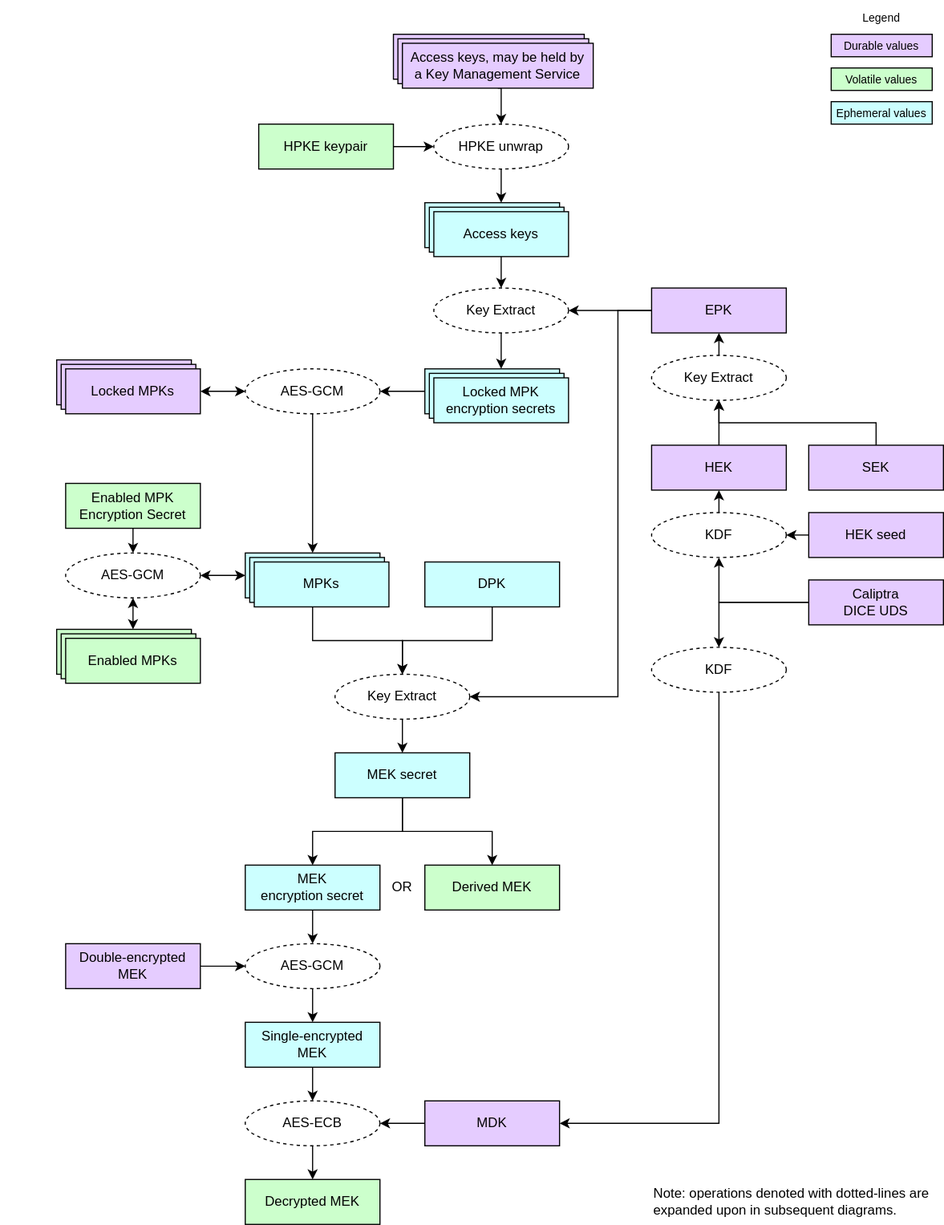
This is doc/ocp_lock/diagrams/key_hierarchy.drawio.svg from chipsalliance/Caliptra, a draw.io export, as it was before one commit. Source tidied: cells renumbered, new cells last; positions are measured from the earlier drawing's top-left corner, leaving out a move shared by most shapes.
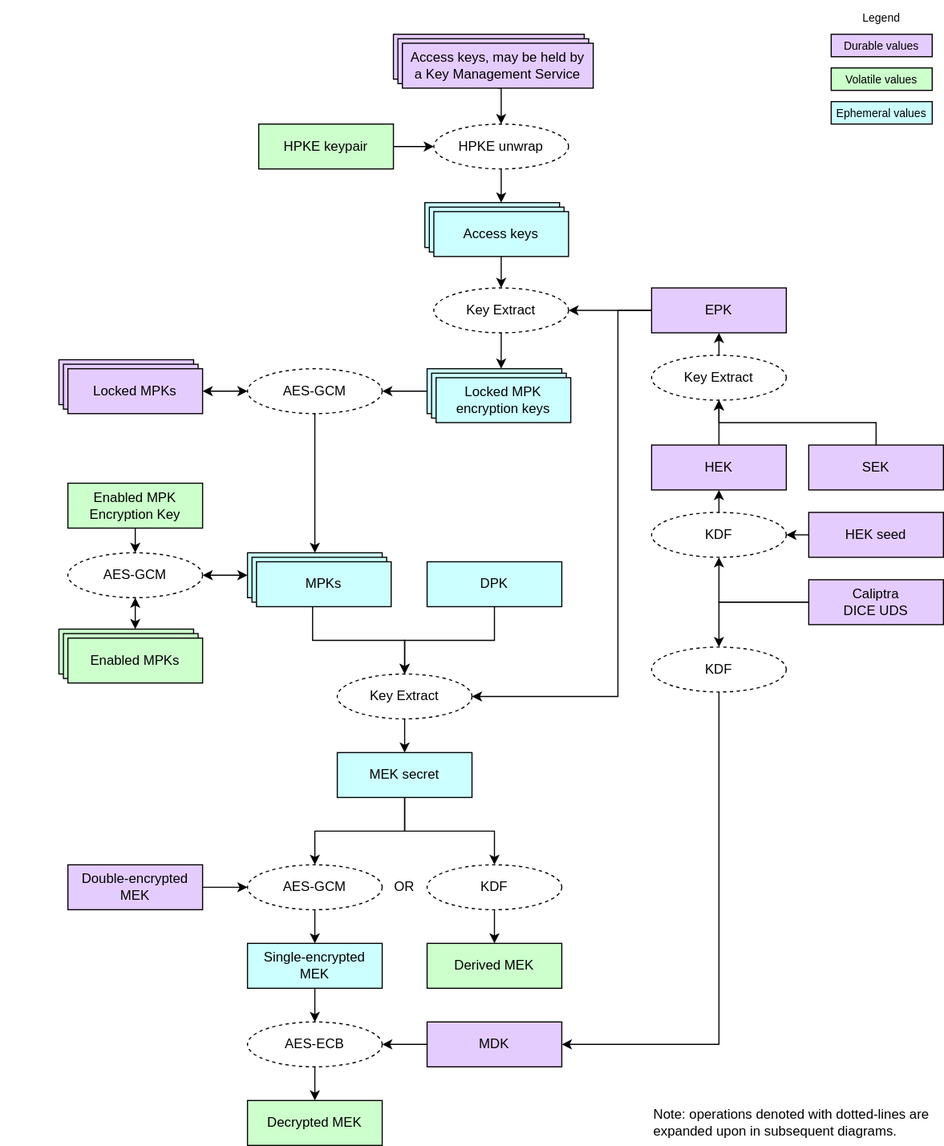
Above is the later version.

Change to the diagram source:
```diff
@@ -6,7 +6,7 @@
       <mxGeometry relative="1" as="geometry" />
     </mxCell>
     <mxCell id="3" style="rounded=0;whiteSpace=wrap;html=1;align=center;verticalAlign=middle;shadow=0;glass=0;spacingLeft=0;spacingBottom=0;spacingTop=0;fillColor=#CCFFFF;" parent="1" vertex="1">
-      <mxGeometry x="378" y="328" width="120" height="40" as="geometry" />
+      <mxGeometry x="380" y="328" width="120" height="40" as="geometry" />
     </mxCell>
     <mxCell id="4" value="&lt;div&gt;&lt;font color=&quot;#000000&quot;&gt;Access keys, may be held by Key Management Service&lt;/font&gt;&lt;/div&gt;" style="rounded=0;whiteSpace=wrap;html=1;align=center;verticalAlign=middle;shadow=0;glass=0;spacingLeft=0;spacingBottom=0;spacingTop=0;fillColor=#E5CCFF;" parent="1" vertex="1">
       <mxGeometry x="350" y="30" width="170" height="40" as="geometry" />
@@ -21,7 +21,7 @@
       <mxGeometry x="720" y="396" width="120" height="40" as="geometry" />
     </mxCell>
     <mxCell id="8" style="rounded=0;whiteSpace=wrap;html=1;align=center;verticalAlign=middle;shadow=0;glass=0;spacingLeft=0;spacingBottom=0;spacingTop=0;fillColor=#CCFFFF;" parent="1" vertex="1">
-      <mxGeometry x="382" y="332" width="120" height="40" as="geometry" />
+      <mxGeometry x="384" y="332" width="120" height="40" as="geometry" />
     </mxCell>
     <mxCell id="9" value="&lt;div&gt;&lt;font color=&quot;#000000&quot;&gt;Access keys&lt;/font&gt;&lt;/div&gt;" style="rounded=0;whiteSpace=wrap;html=1;align=center;verticalAlign=middle;shadow=0;glass=0;spacingLeft=0;spacingBottom=0;spacingTop=0;fillColor=#CCFFFF;" parent="1" vertex="1">
       <mxGeometry x="378" y="180" width="120" height="40" as="geometry" />
@@ -33,7 +33,7 @@
       <mxGeometry relative="1" as="geometry" />
     </mxCell>
     <mxCell id="12" value="&lt;span style=&quot;color: rgb(0, 0, 0);&quot;&gt;AES-GCM&lt;/span&gt;" style="ellipse;whiteSpace=wrap;html=1;fillColor=#FFFFFF;dashed=1;" parent="1" vertex="1">
-      <mxGeometry x="218" y="328" width="120" height="40" as="geometry" />
+      <mxGeometry x="220" y="328" width="120" height="40" as="geometry" />
     </mxCell>
     <mxCell id="13" value="&lt;div&gt;&lt;font color=&quot;#000000&quot;&gt;HPKE keypair&lt;/font&gt;&lt;/div&gt;" style="rounded=0;whiteSpace=wrap;html=1;align=center;verticalAlign=middle;shadow=0;glass=0;spacingLeft=0;spacingBottom=0;spacingTop=0;fillColor=#CCFFCC;" parent="1" vertex="1">
       <mxGeometry x="230" y="110" width="120" height="40" as="geometry" />
@@ -71,38 +71,35 @@
       <mxGeometry relative="1" as="geometry" />
     </mxCell>
     <mxCell id="24" style="rounded=0;whiteSpace=wrap;html=1;align=center;verticalAlign=middle;shadow=0;glass=0;spacingLeft=0;spacingBottom=0;spacingTop=0;fillColor=#CCFFFF;" parent="1" vertex="1">
-      <mxGeometry x="218" y="492" width="120" height="40" as="geometry" />
+      <mxGeometry x="220" y="492" width="120" height="40" as="geometry" />
     </mxCell>
     <mxCell id="25" style="rounded=0;whiteSpace=wrap;html=1;align=center;verticalAlign=middle;shadow=0;glass=0;spacingLeft=0;spacingBottom=0;spacingTop=0;fillColor=#CCFFFF;" parent="1" vertex="1">
-      <mxGeometry x="222" y="496" width="120" height="40" as="geometry" />
+      <mxGeometry x="224" y="496" width="120" height="40" as="geometry" />
     </mxCell>
     <mxCell id="26" style="edgeStyle=orthogonalEdgeStyle;html=1;entryX=0.5;entryY=0;entryDx=0;entryDy=0;rounded=0;" parent="1" edge="1" target="29">
       <mxGeometry relative="1" as="geometry">
         <mxPoint x="278" y="540" as="sourcePoint" />
         <Array as="points">
           <mxPoint x="278" y="570" />
-          <mxPoint x="358" y="570" />
+          <mxPoint x="360" y="570" />
         </Array>
       </mxGeometry>
     </mxCell>
     <mxCell id="27" value="&lt;div&gt;&lt;font color=&quot;#000000&quot;&gt;MPKs&lt;/font&gt;&lt;/div&gt;" style="rounded=0;whiteSpace=wrap;html=1;align=center;verticalAlign=middle;shadow=0;glass=0;spacingLeft=0;spacingBottom=0;spacingTop=0;fillColor=#CCFFFF;" parent="1" vertex="1">
-      <mxGeometry x="226" y="500" width="120" height="40" as="geometry" />
+      <mxGeometry x="228" y="500" width="120" height="40" as="geometry" />
     </mxCell>
     <mxCell id="28" style="edgeStyle=none;html=1;exitX=0.5;exitY=1;exitDx=0;exitDy=0;entryX=0.5;entryY=0;entryDx=0;entryDy=0;" parent="1" edge="1" source="29" target="65">
       <mxGeometry relative="1" as="geometry" />
     </mxCell>
     <mxCell id="29" value="&lt;span style=&quot;color: rgb(0, 0, 0);&quot;&gt;Key Extract&lt;/span&gt;" style="ellipse;whiteSpace=wrap;html=1;fillColor=#FFFFFF;dashed=1;" parent="1" vertex="1">
-      <mxGeometry x="298" y="600" width="120" height="40" as="geometry" />
+      <mxGeometry x="300" y="600" width="120" height="40" as="geometry" />
     </mxCell>
     <mxCell id="30" style="edgeStyle=orthogonalEdgeStyle;html=1;exitX=0.5;exitY=1;exitDx=0;exitDy=0;entryX=0.5;entryY=0;entryDx=0;entryDy=0;rounded=0;" parent="1" edge="1" source="31" target="29">
       <mxGeometry relative="1" as="geometry" />
     </mxCell>
     <mxCell id="31" value="&lt;div&gt;&lt;font color=&quot;#000000&quot;&gt;DPK&lt;/font&gt;&lt;/div&gt;" style="rounded=0;whiteSpace=wrap;html=1;align=center;verticalAlign=middle;shadow=0;glass=0;spacingLeft=0;spacingBottom=0;spacingTop=0;fillColor=#CCFFFF;" parent="1" vertex="1">
-      <mxGeometry x="378" y="500" width="120" height="40" as="geometry" />
+      <mxGeometry x="380" y="500" width="120" height="40" as="geometry" />
     </mxCell>
-    <mxCell id="32" value="&lt;div&gt;&lt;font color=&quot;#000000&quot;&gt;MEK&lt;/font&gt;&lt;/div&gt;&lt;div&gt;&lt;font color=&quot;#000000&quot;&gt;encryption secret&lt;/font&gt;&lt;/div&gt;" style="rounded=0;whiteSpace=wrap;html=1;align=center;verticalAlign=middle;shadow=0;glass=0;spacingLeft=0;spacingBottom=0;spacingTop=0;fillColor=#CCFFFF;" parent="1" vertex="1">
-      <mxGeometry x="218" y="770" width="120" height="40" as="geometry" />
-    </mxCell>
     <mxCell id="33" value="&lt;div&gt;&lt;font color=&quot;#000000&quot;&gt;Access keys&lt;/font&gt;&lt;/div&gt;" style="rounded=0;whiteSpace=wrap;html=1;align=center;verticalAlign=middle;shadow=0;glass=0;spacingLeft=0;spacingBottom=0;spacingTop=0;fillColor=#CCFFFF;" parent="1" vertex="1">
       <mxGeometry x="382" y="184" width="120" height="40" as="geometry" />
     </mxCell>
@@ -112,29 +109,23 @@
     <mxCell id="35" value="&lt;div&gt;&lt;font color=&quot;#000000&quot;&gt;Access keys&lt;/font&gt;&lt;/div&gt;" style="rounded=0;whiteSpace=wrap;html=1;align=center;verticalAlign=middle;shadow=0;glass=0;spacingLeft=0;spacingBottom=0;spacingTop=0;fillColor=#CCFFFF;" parent="1" vertex="1">
       <mxGeometry x="386" y="188" width="120" height="40" as="geometry" />
     </mxCell>
-    <mxCell id="36" value="&lt;div&gt;&lt;font color=&quot;#000000&quot;&gt;Locked MPK&lt;/font&gt;&lt;/div&gt;&lt;div&gt;&lt;font color=&quot;#000000&quot;&gt;encryption secrets&lt;/font&gt;&lt;/div&gt;" style="rounded=0;whiteSpace=wrap;html=1;align=center;verticalAlign=middle;shadow=0;glass=0;spacingLeft=0;spacingBottom=0;spacingTop=0;fillColor=#CCFFFF;" parent="1" vertex="1">
-      <mxGeometry x="386" y="336" width="120" height="40" as="geometry" />
+    <mxCell id="36" value="&lt;div&gt;&lt;font color=&quot;#000000&quot;&gt;Locked MPK&lt;/font&gt;&lt;/div&gt;&lt;div&gt;&lt;font color=&quot;#000000&quot;&gt;encryption keys&lt;/font&gt;&lt;/div&gt;" style="rounded=0;whiteSpace=wrap;html=1;align=center;verticalAlign=middle;shadow=0;glass=0;spacingLeft=0;spacingBottom=0;spacingTop=0;fillColor=#CCFFFF;" parent="1" vertex="1">
+      <mxGeometry x="388" y="336" width="120" height="40" as="geometry" />
     </mxCell>
     <mxCell id="37" value="&lt;div&gt;&lt;span style=&quot;color: rgb(0, 0, 0);&quot;&gt;Note: operations denoted with dotted-lines are expanded upon in subsequent diagrams.&lt;/span&gt;&lt;span style=&quot;background-color: transparent;&quot;&gt;&lt;/span&gt;&lt;/div&gt;" style="text;strokeColor=none;align=left;fillColor=none;html=1;verticalAlign=middle;whiteSpace=wrap;rounded=0;" parent="1" vertex="1">
-      <mxGeometry x="580" y="1050" width="260" height="40" as="geometry" />
+      <mxGeometry x="580" y="980" width="260" height="40" as="geometry" />
     </mxCell>
-    <mxCell id="38" value="&lt;div&gt;&lt;font color=&quot;#000000&quot;&gt;Derived MEK&lt;/font&gt;&lt;/div&gt;" style="rounded=0;whiteSpace=wrap;html=1;align=center;verticalAlign=middle;shadow=0;glass=0;spacingLeft=0;spacingBottom=0;spacingTop=0;fillColor=#CCFFCC;" parent="1" vertex="1">
-      <mxGeometry x="378" y="770" width="120" height="40" as="geometry" />
-    </mxCell>
     <mxCell id="39" value="OR" style="text;strokeColor=none;align=center;fillColor=none;html=1;verticalAlign=middle;whiteSpace=wrap;rounded=0;" parent="1" vertex="1">
-      <mxGeometry x="338" y="775" width="40" height="30" as="geometry" />
+      <mxGeometry x="340" y="775" width="40" height="30" as="geometry" />
     </mxCell>
     <mxCell id="40" style="edgeStyle=none;html=1;exitX=0.5;exitY=1;exitDx=0;exitDy=0;entryX=0.5;entryY=0;entryDx=0;entryDy=0;" parent="1" edge="1" source="41" target="69">
       <mxGeometry relative="1" as="geometry" />
     </mxCell>
     <mxCell id="41" value="Single-encrypted MEK" style="rounded=0;whiteSpace=wrap;html=1;align=center;verticalAlign=middle;shadow=0;glass=0;spacingLeft=0;spacingBottom=0;spacingTop=0;fillColor=#CCFFFF;" parent="1" vertex="1">
-      <mxGeometry x="218" y="910" width="120" height="40" as="geometry" />
+      <mxGeometry x="220" y="840" width="120" height="40" as="geometry" />
     </mxCell>
-    <mxCell id="42" style="edgeStyle=none;html=1;endSize=6;startSize=6;exitX=0.5;exitY=1;exitDx=0;exitDy=0;" parent="1" edge="1" source="32" target="43">
-      <mxGeometry relative="1" as="geometry" />
-    </mxCell>
     <mxCell id="43" value="AES-GCM" style="ellipse;whiteSpace=wrap;html=1;fillColor=#FFFFFF;dashed=1;" parent="1" vertex="1">
-      <mxGeometry x="218" y="840" width="120" height="40" as="geometry" />
+      <mxGeometry x="220" y="770" width="120" height="40" as="geometry" />
     </mxCell>
     <mxCell id="44" style="endArrow=classic;html=1;exitX=0.5;exitY=1;exitDx=0;exitDy=0;entryX=0.5;entryY=0;entryDx=0;entryDy=0;endSize=6;startSize=6;" parent="1" edge="1" source="43" target="41">
       <mxGeometry relative="1" as="geometry" />
@@ -143,42 +134,42 @@
       <mxGeometry relative="1" as="geometry" />
     </mxCell>
     <mxCell id="46" value="Double-encrypted MEK" style="rounded=0;whiteSpace=wrap;html=1;align=center;verticalAlign=middle;shadow=0;glass=0;spacingLeft=0;spacingBottom=0;spacingTop=0;fillColor=#E5CCFF;" parent="1" vertex="1">
-      <mxGeometry x="58" y="840" width="120" height="40" as="geometry" />
+      <mxGeometry x="60" y="770" width="120" height="40" as="geometry" />
     </mxCell>
     <mxCell id="47" style="rounded=0;whiteSpace=wrap;html=1;align=center;verticalAlign=middle;shadow=0;glass=0;spacingLeft=0;spacingBottom=0;spacingTop=0;fillColor=#E5CCFF;" parent="1" vertex="1">
-      <mxGeometry x="50" y="320" width="120" height="40" as="geometry" />
+      <mxGeometry x="52" y="320" width="120" height="40" as="geometry" />
     </mxCell>
     <mxCell id="48" style="rounded=0;whiteSpace=wrap;html=1;align=center;verticalAlign=middle;shadow=0;glass=0;spacingLeft=0;spacingBottom=0;spacingTop=0;fillColor=#E5CCFF;" parent="1" vertex="1">
-      <mxGeometry x="54" y="324" width="120" height="40" as="geometry" />
+      <mxGeometry x="56" y="324" width="120" height="40" as="geometry" />
     </mxCell>
     <mxCell id="49" style="edgeStyle=none;html=1;exitX=1;exitY=0.5;exitDx=0;exitDy=0;entryX=0;entryY=0.5;entryDx=0;entryDy=0;startArrow=classic;startFill=1;" parent="1" edge="1" source="50" target="12">
       <mxGeometry relative="1" as="geometry" />
     </mxCell>
     <mxCell id="50" value="&lt;div&gt;&lt;font color=&quot;#000000&quot;&gt;Locked MPKs&lt;/font&gt;&lt;/div&gt;" style="rounded=0;whiteSpace=wrap;html=1;align=center;verticalAlign=middle;shadow=0;glass=0;spacingLeft=0;spacingBottom=0;spacingTop=0;fillColor=#E5CCFF;" parent="1" vertex="1">
-      <mxGeometry x="58" y="328" width="120" height="40" as="geometry" />
+      <mxGeometry x="60" y="328" width="120" height="40" as="geometry" />
     </mxCell>
     <mxCell id="51" style="edgeStyle=none;html=1;exitX=0.5;exitY=1;exitDx=0;exitDy=0;entryX=0.5;entryY=0;entryDx=0;entryDy=0;" parent="1" edge="1" source="52" target="54">
       <mxGeometry relative="1" as="geometry" />
     </mxCell>
-    <mxCell id="52" value="&lt;div&gt;&lt;font color=&quot;#000000&quot;&gt;Enabled MPK Encryption Secret&lt;/font&gt;&lt;/div&gt;" style="rounded=0;whiteSpace=wrap;html=1;align=center;verticalAlign=middle;shadow=0;glass=0;spacingLeft=0;spacingBottom=0;spacingTop=0;fillColor=#CCFFCC;" parent="1" vertex="1">
-      <mxGeometry x="58" y="430" width="120" height="40" as="geometry" />
+    <mxCell id="52" value="&lt;div&gt;&lt;font color=&quot;#000000&quot;&gt;Enabled MPK Encryption Key&lt;/font&gt;&lt;/div&gt;" style="rounded=0;whiteSpace=wrap;html=1;align=center;verticalAlign=middle;shadow=0;glass=0;spacingLeft=0;spacingBottom=0;spacingTop=0;fillColor=#CCFFCC;" parent="1" vertex="1">
+      <mxGeometry x="60" y="430" width="120" height="40" as="geometry" />
     </mxCell>
     <mxCell id="53" style="edgeStyle=none;html=1;exitX=0.5;exitY=1;exitDx=0;exitDy=0;startArrow=classic;startFill=1;" parent="1" edge="1" source="54">
       <mxGeometry relative="1" as="geometry">
-        <mxPoint x="118" y="560" as="targetPoint" />
+        <mxPoint x="120" y="560" as="targetPoint" />
       </mxGeometry>
     </mxCell>
     <mxCell id="54" value="&lt;span style=&quot;color: rgb(0, 0, 0);&quot;&gt;AES-GCM&lt;/span&gt;" style="ellipse;whiteSpace=wrap;html=1;fillColor=#FFFFFF;dashed=1;" parent="1" vertex="1">
-      <mxGeometry x="58" y="492" width="120" height="40" as="geometry" />
+      <mxGeometry x="60" y="492" width="120" height="40" as="geometry" />
     </mxCell>
     <mxCell id="55" style="rounded=0;whiteSpace=wrap;html=1;align=center;verticalAlign=middle;shadow=0;glass=0;spacingLeft=0;spacingBottom=0;spacingTop=0;fillColor=#CCFFCC;" parent="1" vertex="1">
-      <mxGeometry x="50" y="560" width="120" height="40" as="geometry" />
+      <mxGeometry x="52" y="560" width="120" height="40" as="geometry" />
     </mxCell>
     <mxCell id="56" style="rounded=0;whiteSpace=wrap;html=1;align=center;verticalAlign=middle;shadow=0;glass=0;spacingLeft=0;spacingBottom=0;spacingTop=0;fillColor=#CCFFCC;" parent="1" vertex="1">
-      <mxGeometry x="54" y="564" width="120" height="40" as="geometry" />
+      <mxGeometry x="56" y="564" width="120" height="40" as="geometry" />
     </mxCell>
     <mxCell id="57" value="&lt;div&gt;&lt;font color=&quot;#000000&quot;&gt;Enabled MPKs&lt;/font&gt;&lt;/div&gt;" style="rounded=0;whiteSpace=wrap;html=1;align=center;verticalAlign=middle;shadow=0;glass=0;spacingLeft=0;spacingBottom=0;spacingTop=0;fillColor=#CCFFCC;" parent="1" vertex="1">
-      <mxGeometry x="58" y="568" width="120" height="40" as="geometry" />
+      <mxGeometry x="60" y="568" width="120" height="40" as="geometry" />
     </mxCell>
     <mxCell id="58" style="edgeStyle=none;html=1;exitX=0.5;exitY=1;exitDx=0;exitDy=0;entryX=0.5;entryY=0;entryDx=0;entryDy=0;" parent="1" edge="1">
       <mxGeometry relative="1" as="geometry">
@@ -208,29 +199,29 @@
     <mxCell id="62" value="&lt;div&gt;&lt;font color=&quot;#000000&quot;&gt;EPK&lt;/font&gt;&lt;/div&gt;" style="rounded=0;whiteSpace=wrap;html=1;align=center;verticalAlign=middle;shadow=0;glass=0;spacingLeft=0;spacingBottom=0;spacingTop=0;fillColor=#E5CCFF;" parent="1" vertex="1">
       <mxGeometry x="580" y="256" width="120" height="40" as="geometry" />
     </mxCell>
-    <mxCell id="63" style="edgeStyle=orthogonalEdgeStyle;html=1;exitX=0.5;exitY=1;exitDx=0;exitDy=0;entryX=0.5;entryY=0;entryDx=0;entryDy=0;rounded=0;" parent="1" edge="1" source="65" target="32">
+    <mxCell id="63" style="edgeStyle=orthogonalEdgeStyle;html=1;exitX=0.5;exitY=1;exitDx=0;exitDy=0;entryX=0.5;entryY=0;entryDx=0;entryDy=0;rounded=0;" parent="1" edge="1" source="65" target="43">
       <mxGeometry relative="1" as="geometry" />
     </mxCell>
-    <mxCell id="64" style="edgeStyle=orthogonalEdgeStyle;html=1;exitX=0.5;exitY=1;exitDx=0;exitDy=0;entryX=0.5;entryY=0;entryDx=0;entryDy=0;rounded=0;" parent="1" edge="1" source="65" target="38">
+    <mxCell id="64" style="edgeStyle=orthogonalEdgeStyle;html=1;exitX=0.5;exitY=1;exitDx=0;exitDy=0;entryX=0.5;entryY=0;entryDx=0;entryDy=0;rounded=0;" parent="1" edge="1" source="65" target="85">
       <mxGeometry relative="1" as="geometry" />
     </mxCell>
     <mxCell id="65" value="&lt;div&gt;&lt;font color=&quot;#000000&quot;&gt;MEK&amp;nbsp;&lt;/font&gt;&lt;span style=&quot;background-color: transparent;&quot;&gt;secret&lt;/span&gt;&lt;/div&gt;" style="rounded=0;whiteSpace=wrap;html=1;align=center;verticalAlign=middle;shadow=0;glass=0;spacingLeft=0;spacingBottom=0;spacingTop=0;fillColor=#CCFFFF;" parent="1" vertex="1">
-      <mxGeometry x="298" y="670" width="120" height="40" as="geometry" />
+      <mxGeometry x="300" y="670" width="120" height="40" as="geometry" />
     </mxCell>
     <mxCell id="66" style="edgeStyle=none;html=1;exitX=0;exitY=0.5;exitDx=0;exitDy=0;entryX=1;entryY=0.5;entryDx=0;entryDy=0;" parent="1" edge="1" source="67" target="69">
       <mxGeometry relative="1" as="geometry" />
     </mxCell>
     <mxCell id="67" value="MDK" style="rounded=0;whiteSpace=wrap;html=1;align=center;verticalAlign=middle;shadow=0;glass=0;spacingLeft=0;spacingBottom=0;spacingTop=0;fillColor=#E5CCFF;" parent="1" vertex="1">
-      <mxGeometry x="378" y="980" width="120" height="40" as="geometry" />
+      <mxGeometry x="380" y="910" width="120" height="40" as="geometry" />
     </mxCell>
     <mxCell id="68" style="edgeStyle=none;html=1;exitX=0.5;exitY=1;exitDx=0;exitDy=0;entryX=0.5;entryY=0;entryDx=0;entryDy=0;" parent="1" edge="1" source="69" target="70">
       <mxGeometry relative="1" as="geometry" />
     </mxCell>
     <mxCell id="69" value="AES-ECB" style="ellipse;whiteSpace=wrap;html=1;fillColor=#FFFFFF;dashed=1;" parent="1" vertex="1">
-      <mxGeometry x="218" y="980" width="120" height="40" as="geometry" />
+      <mxGeometry x="220" y="910" width="120" height="40" as="geometry" />
     </mxCell>
     <mxCell id="70" value="Decrypted&amp;nbsp;&lt;span style=&quot;background-color: transparent;&quot;&gt;MEK&lt;/span&gt;" style="rounded=0;whiteSpace=wrap;html=1;align=center;verticalAlign=middle;shadow=0;glass=0;spacingLeft=0;spacingBottom=0;spacingTop=0;fillColor=#CCFFCC;" parent="1" vertex="1">
-      <mxGeometry x="218" y="1050" width="120" height="40" as="geometry" />
+      <mxGeometry x="220" y="980" width="120" height="40" as="geometry" />
     </mxCell>
     <mxCell id="71" style="edgeStyle=orthogonalEdgeStyle;html=1;exitX=0;exitY=0.5;exitDx=0;exitDy=0;entryX=0.5;entryY=0;entryDx=0;entryDy=0;rounded=0;" parent="1" edge="1" source="73" target="77">
       <mxGeometry relative="1" as="geometry" />
@@ -271,5 +262,14 @@
     <mxCell id="83" value="&lt;span style=&quot;color: rgb(0, 0, 0);&quot;&gt;Key Extract&lt;/span&gt;" style="ellipse;whiteSpace=wrap;html=1;fillColor=#FFFFFF;dashed=1;" parent="1" vertex="1">
       <mxGeometry x="580" y="316" width="120" height="40" as="geometry" />
     </mxCell>
+    <mxCell id="38" value="&lt;div&gt;&lt;font color=&quot;#000000&quot;&gt;Derived MEK&lt;/font&gt;&lt;/div&gt;" style="rounded=0;whiteSpace=wrap;html=1;align=center;verticalAlign=middle;shadow=0;glass=0;spacingLeft=0;spacingBottom=0;spacingTop=0;fillColor=#CCFFCC;" parent="1" vertex="1">
+      <mxGeometry x="380" y="840" width="120" height="40" as="geometry" />
+    </mxCell>
+    <mxCell id="84" style="edgeStyle=none;html=1;exitX=0.5;exitY=1;exitDx=0;exitDy=0;entryX=0.5;entryY=0;entryDx=0;entryDy=0;" parent="1" edge="1" source="85" target="38">
+      <mxGeometry relative="1" as="geometry" />
+    </mxCell>
+    <mxCell id="85" value="KDF" style="ellipse;whiteSpace=wrap;html=1;fillColor=#FFFFFF;dashed=1;" parent="1" vertex="1">
+      <mxGeometry x="380" y="770" width="120" height="40" as="geometry" />
+    </mxCell>
   </root>
 </mxGraphModel>
```
